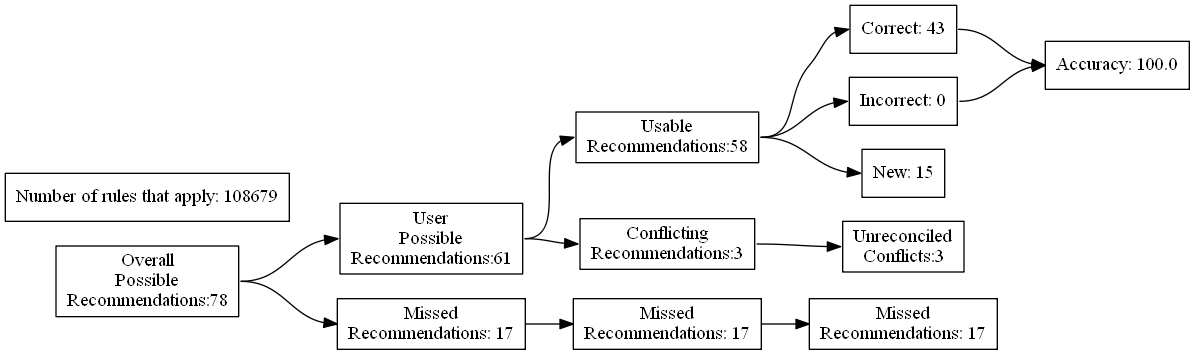
The Graphviz diagram test_renders/94.gv.png in ZaxR/ibd_diet_analysis, before a commit. Its source is kept beside it as test_renders/94.gv.
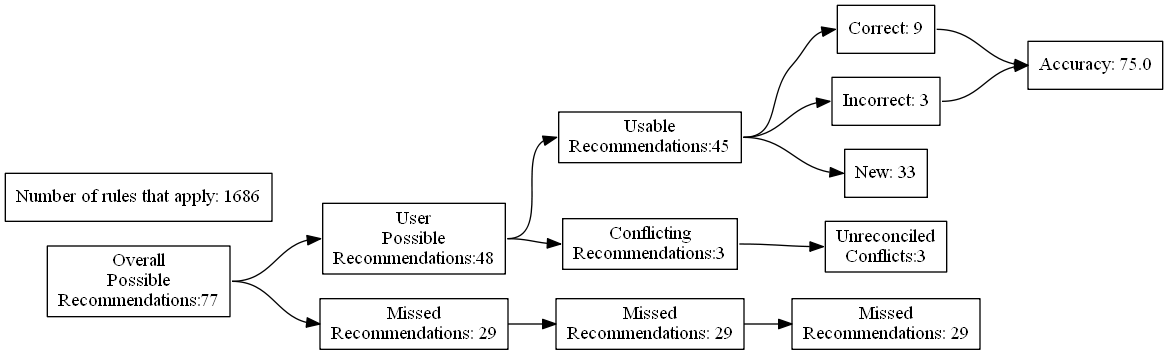
The same diagram one commit later.

Change to the diagram source:
```diff
@@ -4,27 +4,27 @@
 	edge [headport=w tailport=e]
 		A [label="Overall
 Possible
-Recommendations:78"]
+Recommendations:77"]
 		B [label="User
 Possible
-Recommendations:61"]
+Recommendations:48"]
 		C [label="Missed
-Recommendations: 17"]
+Recommendations: 29"]
 		D [label="Usable
-Recommendations:58"]
+Recommendations:45"]
 		E [label="Conflicting
 Recommendations:3"]
 		J [label="Missed
-Recommendations: 17"]
+Recommendations: 29"]
 		M [label="Unreconciled
 Conflicts:3"]
-		F [label="Correct: 43"]
-		G [label="Incorrect: 0"]
-		H [label="New: 15"]
+		F [label="Correct: 9"]
+		G [label="Incorrect: 3"]
+		H [label="New: 33"]
 		K [label="Missed
-Recommendations: 17"]
-		I [label="Accuracy: 100.0"]
-		l [label="Number of rules that apply: 108679"]
+Recommendations: 29"]
+		I [label="Accuracy: 75.0"]
+		l [label="Number of rules that apply: 1686"]
 			A -> B
 			A -> C
 			B -> D
```
